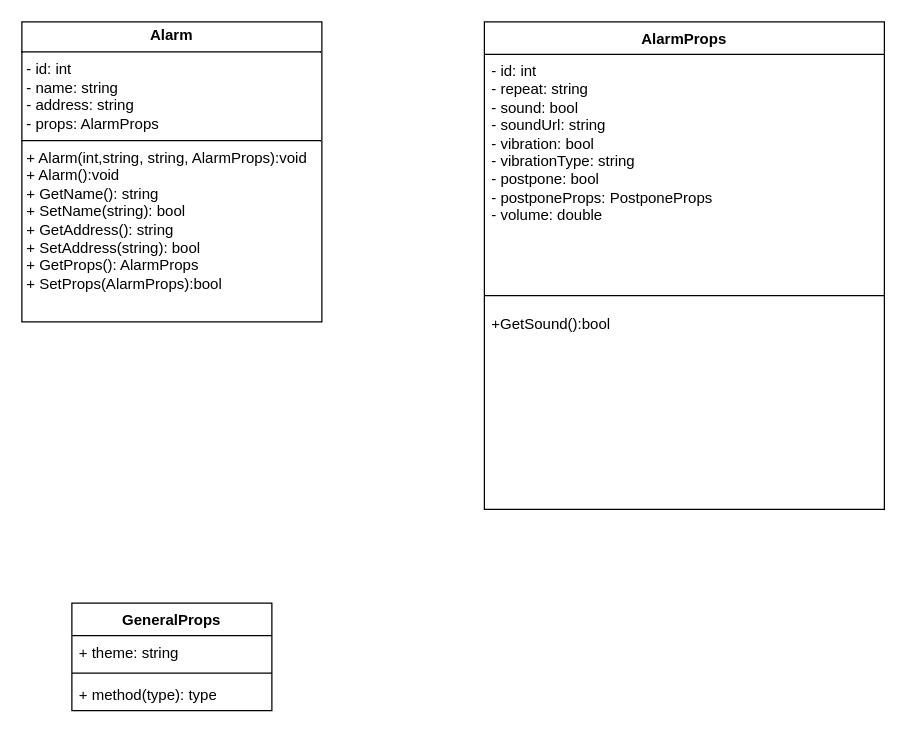
Earlier version of the draw.io diagram docs/diagrama de classes.drawio (SenhorContritus/INI3B-EQ2). Source tidied: cells renumbered, new cells numbered last; positions are measured from the earlier drawing's top-left corner, leaving out a move shared by most shapes. Both pictures are drawn from the tidied source at 125%, with x=0, y=0 at pixel (21, 21).
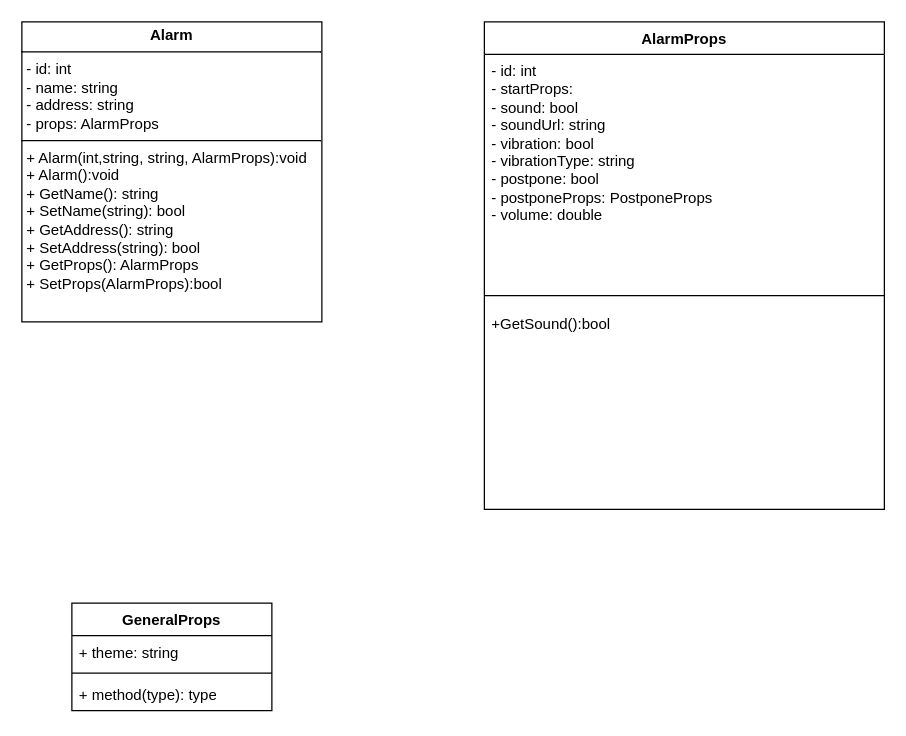
After the change.

The edit, as a diff of the source:
```diff
@@
 <mxGraphModel>
   <root>
     <mxCell id="0" />
     <mxCell id="1" parent="0" />
     <mxCell id="2" value="&lt;p style=&quot;margin:0px;margin-top:4px;text-align:center;&quot;&gt;&lt;b&gt;Alarm&lt;/b&gt;&lt;/p&gt;&lt;hr size=&quot;1&quot; style=&quot;border-style:solid;&quot;&gt;&lt;p style=&quot;margin:0px;margin-left:4px;&quot;&gt;- id: int&lt;/p&gt;&lt;p style=&quot;margin:0px;margin-left:4px;&quot;&gt;- name: string&lt;/p&gt;&lt;p style=&quot;margin:0px;margin-left:4px;&quot;&gt;- address: string&lt;/p&gt;&lt;p style=&quot;margin:0px;margin-left:4px;&quot;&gt;- props: AlarmProps&lt;/p&gt;&lt;hr size=&quot;1&quot; style=&quot;border-style:solid;&quot;&gt;&lt;p style=&quot;margin:0px;margin-left:4px;&quot;&gt;+ Alarm(int,string, string, AlarmProps):void&lt;/p&gt;&lt;p style=&quot;margin:0px;margin-left:4px;&quot;&gt;+ Alarm():void&lt;/p&gt;&lt;p style=&quot;margin:0px;margin-left:4px;&quot;&gt;+ GetName(): string&lt;/p&gt;&lt;p style=&quot;margin:0px;margin-left:4px;&quot;&gt;+ SetName(string): bool&lt;/p&gt;&lt;p style=&quot;margin:0px;margin-left:4px;&quot;&gt;+ GetAddress(): string&lt;/p&gt;&lt;p style=&quot;margin:0px;margin-left:4px;&quot;&gt;+ SetAddress(string): bool&lt;/p&gt;&lt;p style=&quot;margin:0px;margin-left:4px;&quot;&gt;+ GetProps(): AlarmProps&lt;/p&gt;&lt;p style=&quot;margin:0px;margin-left:4px;&quot;&gt;+ SetProps(AlarmProps):bool&lt;/p&gt;" style="verticalAlign=top;align=left;overflow=fill;html=1;whiteSpace=wrap;" parent="1" vertex="1">
       <mxGeometry width="240" height="240" as="geometry" />
     </mxCell>
     <mxCell id="3" value="AlarmProps" style="swimlane;fontStyle=1;align=center;verticalAlign=top;horizontal=1;startSize=26;whiteSpace=wrap;html=1;" parent="1" vertex="1">
       <mxGeometry x="370" width="320" height="390" as="geometry" />
     </mxCell>
-    <mxCell id="4" value="&lt;div&gt;- id: int&lt;/div&gt;&lt;div&gt;- repeat: string&lt;/div&gt;- sound: bool&lt;div&gt;- soundUrl: string&lt;/div&gt;&lt;div&gt;- vibration: bool&lt;/div&gt;&lt;div&gt;- vibrationType: string&lt;/div&gt;&lt;div&gt;- postpone: bool&lt;/div&gt;&lt;div&gt;- postponeProps: PostponeProps&lt;/div&gt;&lt;div&gt;- volume: double&lt;/div&gt;" style="text;strokeColor=none;fillColor=none;align=left;verticalAlign=top;spacingLeft=4;spacingRight=4;overflow=hidden;whiteSpace=wrap;html=1;" parent="3" vertex="1">
+    <mxCell id="4" value="&lt;div&gt;- id: int&lt;/div&gt;&lt;div&gt;- startProps:&amp;nbsp;&lt;/div&gt;- sound: bool&lt;div&gt;- soundUrl: string&lt;/div&gt;&lt;div&gt;- vibration: bool&lt;/div&gt;&lt;div&gt;- vibrationType: string&lt;/div&gt;&lt;div&gt;- postpone: bool&lt;/div&gt;&lt;div&gt;- postponeProps: PostponeProps&lt;/div&gt;&lt;div&gt;- volume: double&lt;/div&gt;" style="text;strokeColor=none;fillColor=none;align=left;verticalAlign=top;spacingLeft=4;spacingRight=4;overflow=hidden;whiteSpace=wrap;html=1;" parent="3" vertex="1">
       <mxGeometry y="26" width="320" height="184" as="geometry" />
     </mxCell>
     <mxCell id="5" style="line;strokeWidth=1;fillColor=none;align=left;verticalAlign=middle;spacingTop=-1;spacingLeft=3;spacingRight=3;labelPosition=right;strokeColor=inherit;" parent="3" vertex="1">
       <mxGeometry y="210" width="320" height="18" as="geometry" />
     </mxCell>
     <mxCell id="6" value="+GetSound():bool&lt;div&gt;&lt;br&gt;&lt;/div&gt;" style="text;strokeColor=none;fillColor=none;align=left;verticalAlign=top;spacingLeft=4;spacingRight=4;overflow=hidden;whiteSpace=wrap;html=1;" parent="3" vertex="1">
       <mxGeometry y="228" width="320" height="162" as="geometry" />
     </mxCell>
     <mxCell id="7" value="GeneralProps" style="swimlane;fontStyle=1;align=center;verticalAlign=top;horizontal=1;startSize=26;whiteSpace=wrap;html=1;" parent="1" vertex="1">
       <mxGeometry x="40" y="465" width="160" height="86" as="geometry" />
     </mxCell>
     <mxCell id="8" value="+ theme: string" style="text;strokeColor=none;fillColor=none;align=left;verticalAlign=top;spacingLeft=4;spacingRight=4;overflow=hidden;whiteSpace=wrap;html=1;" parent="7" vertex="1">
       <mxGeometry y="26" width="160" height="26" as="geometry" />
     </mxCell>
     <mxCell id="9" style="line;strokeWidth=1;fillColor=none;align=left;verticalAlign=middle;spacingTop=-1;spacingLeft=3;spacingRight=3;labelPosition=right;strokeColor=inherit;" parent="7" vertex="1">
       <mxGeometry y="52" width="160" height="8" as="geometry" />
     </mxCell>
     <mxCell id="10" value="+ method(type): type" style="text;strokeColor=none;fillColor=none;align=left;verticalAlign=top;spacingLeft=4;spacingRight=4;overflow=hidden;whiteSpace=wrap;html=1;" parent="7" vertex="1">
       <mxGeometry y="60" width="160" height="26" as="geometry" />
     </mxCell>
   </root>
 </mxGraphModel>
```
